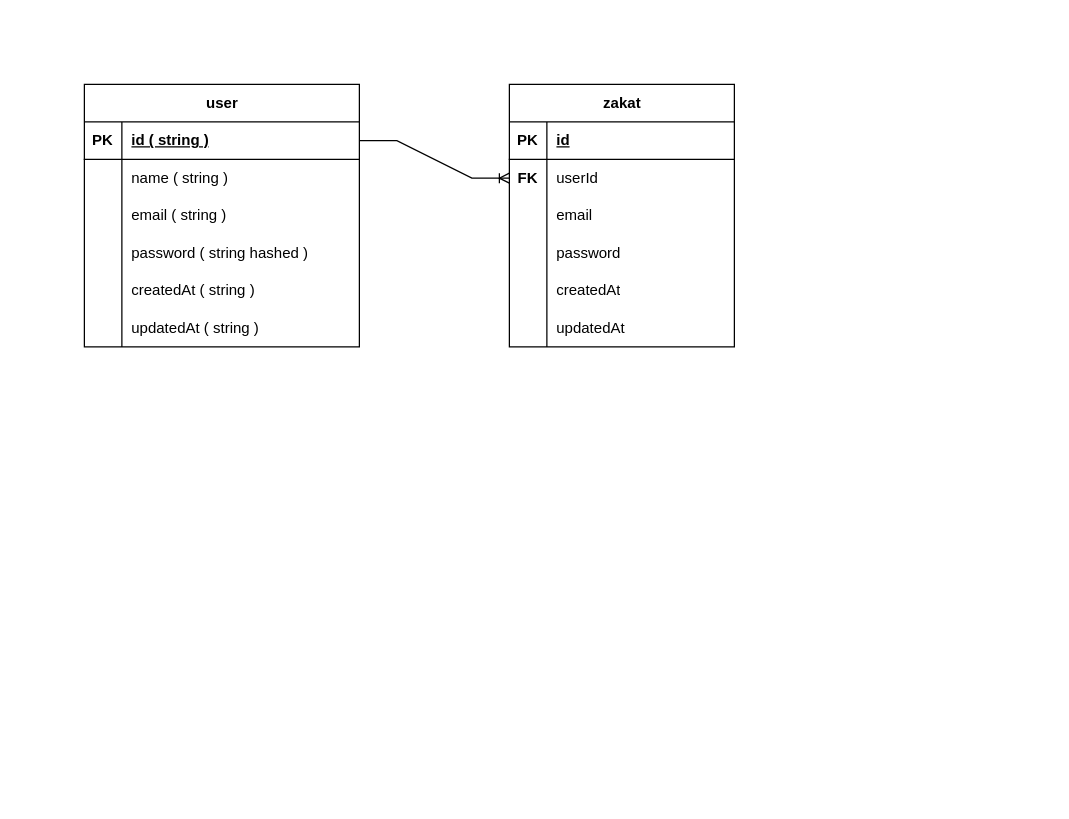
This is page "Page-1" (1 of 2) of zariah-server-diagram.drawio from taiyebnirjhar/zariah-server, a draw.io file, before an edit. Source tidied: cells renumbered, new cells numbered last; positions are measured from the earlier drawing's top-left corner, leaving out a move shared by most shapes. Both pictures are drawn from the tidied source at 125%, with x=0, y=0 at pixel (84, 84).
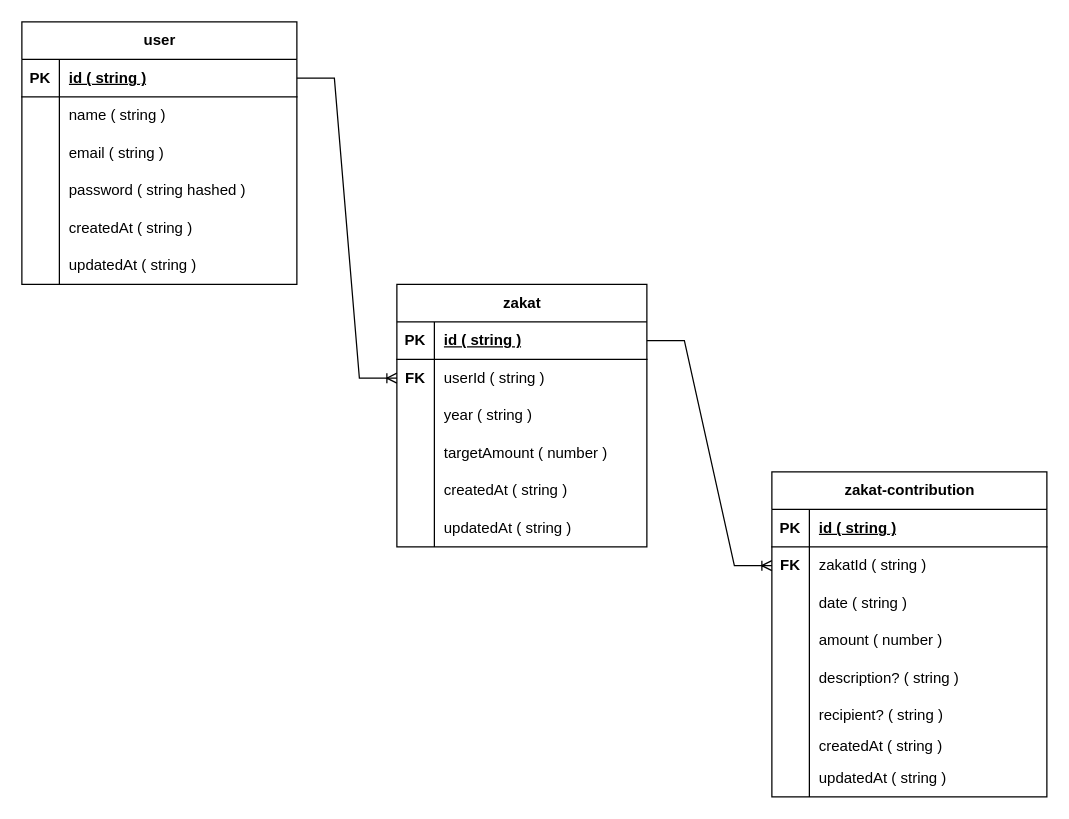
The same diagram, later.

The edit, as a diff of the source:
```diff
@@
     <mxCell id="2" value="user" style="shape=table;startSize=30;childLayout=tableLayout;rowLines=0;fontStyle=1;align=center;html=1;" parent="1" vertex="1">
-      <mxGeometry width="220" height="210" as="geometry" />
+      <mxGeometry x="-50" y="-50" width="220" height="210" as="geometry" />
     </mxCell>
@@
     <mxCell id="21" value="zakat" style="shape=table;startSize=30;childLayout=tableLayout;rowLines=0;fontStyle=1;align=center;html=1;" parent="1" vertex="1">
-      <mxGeometry x="340" width="180" height="210" as="geometry" />
+      <mxGeometry x="250" y="160" width="200" height="210" as="geometry" />
     </mxCell>
     <mxCell id="22" style="shape=tableRow;horizontal=0;startSize=0;swimlaneHead=0;swimlaneBody=0;fillColor=none;points=[[0,0.5],[1,0.5]];portConstraint=eastwest;top=0;left=0;right=0;bottom=1;" parent="21" vertex="1">
-      <mxGeometry y="30" width="180" height="30" as="geometry" />
+      <mxGeometry y="30" width="200" height="30" as="geometry" />
     </mxCell>
@@
-    <mxCell id="24" value="id" style="shape=partialRectangle;fillColor=none;top=0;left=0;bottom=0;right=0;align=left;spacingLeft=6;fontStyle=5;overflow=hidden;whiteSpace=wrap;html=1;" parent="22" vertex="1">
-      <mxGeometry x="30" width="150" height="30" as="geometry" />
+    <mxCell id="24" value="id ( string )" style="shape=partialRectangle;fillColor=none;top=0;left=0;bottom=0;right=0;align=left;spacingLeft=6;fontStyle=5;overflow=hidden;whiteSpace=wrap;html=1;" parent="22" vertex="1">
+      <mxGeometry x="30" width="170" height="30" as="geometry" />
     </mxCell>
     <mxCell id="25" style="shape=tableRow;horizontal=0;startSize=0;swimlaneHead=0;swimlaneBody=0;fillColor=none;points=[[0,0.5],[1,0.5]];portConstraint=eastwest;top=0;left=0;right=0;bottom=0;" parent="21" vertex="1">
-      <mxGeometry y="60" width="180" height="30" as="geometry" />
+      <mxGeometry y="60" width="200" height="30" as="geometry" />
     </mxCell>
@@
-    <mxCell id="27" value="userId" style="shape=partialRectangle;fillColor=none;top=0;left=0;bottom=0;right=0;align=left;spacingLeft=6;overflow=hidden;whiteSpace=wrap;html=1;" parent="25" vertex="1">
-      <mxGeometry x="30" width="150" height="30" as="geometry" />
+    <mxCell id="27" value="userId ( string )" style="shape=partialRectangle;fillColor=none;top=0;left=0;bottom=0;right=0;align=left;spacingLeft=6;overflow=hidden;whiteSpace=wrap;html=1;" parent="25" vertex="1">
+      <mxGeometry x="30" width="170" height="30" as="geometry" />
     </mxCell>
     <mxCell id="28" style="shape=tableRow;horizontal=0;startSize=0;swimlaneHead=0;swimlaneBody=0;fillColor=none;top=0;left=0;right=0;bottom=0;" parent="21" vertex="1">
-      <mxGeometry y="90" width="180" height="30" as="geometry" />
+      <mxGeometry y="90" width="200" height="30" as="geometry" />
     </mxCell>
@@
-    <mxCell id="30" value="email" style="shape=partialRectangle;fillColor=none;top=0;left=0;bottom=0;right=0;align=left;spacingLeft=6;overflow=hidden;whiteSpace=wrap;html=1;" parent="28" vertex="1">
-      <mxGeometry x="30" width="150" height="30" as="geometry" />
+    <mxCell id="30" value="year ( string )" style="shape=partialRectangle;fillColor=none;top=0;left=0;bottom=0;right=0;align=left;spacingLeft=6;overflow=hidden;whiteSpace=wrap;html=1;" parent="28" vertex="1">
+      <mxGeometry x="30" width="170" height="30" as="geometry" />
     </mxCell>
     <mxCell id="31" style="shape=tableRow;horizontal=0;startSize=0;swimlaneHead=0;swimlaneBody=0;fillColor=none;top=0;left=0;right=0;bottom=0;" parent="21" vertex="1">
-      <mxGeometry y="120" width="180" height="30" as="geometry" />
+      <mxGeometry y="120" width="200" height="30" as="geometry" />
     </mxCell>
@@
-    <mxCell id="33" value="password" style="shape=partialRectangle;fillColor=none;top=0;left=0;bottom=0;right=0;align=left;spacingLeft=6;overflow=hidden;whiteSpace=wrap;html=1;" parent="31" vertex="1">
-      <mxGeometry x="30" width="150" height="30" as="geometry" />
+    <mxCell id="33" value="targetAmount ( number )" style="shape=partialRectangle;fillColor=none;top=0;left=0;bottom=0;right=0;align=left;spacingLeft=6;overflow=hidden;whiteSpace=wrap;html=1;" parent="31" vertex="1">
+      <mxGeometry x="30" width="170" height="30" as="geometry" />
     </mxCell>
     <mxCell id="34" style="shape=tableRow;horizontal=0;startSize=0;swimlaneHead=0;swimlaneBody=0;fillColor=none;top=0;left=0;right=0;bottom=0;" parent="21" vertex="1">
-      <mxGeometry y="150" width="180" height="30" as="geometry" />
+      <mxGeometry y="150" width="200" height="30" as="geometry" />
     </mxCell>
@@
-    <mxCell id="36" value="createdAt" style="shape=partialRectangle;fillColor=none;top=0;left=0;bottom=0;right=0;align=left;spacingLeft=6;overflow=hidden;whiteSpace=wrap;html=1;" parent="34" vertex="1">
-      <mxGeometry x="30" width="150" height="30" as="geometry" />
+    <mxCell id="36" value="createdAt ( string )" style="shape=partialRectangle;fillColor=none;top=0;left=0;bottom=0;right=0;align=left;spacingLeft=6;overflow=hidden;whiteSpace=wrap;html=1;" parent="34" vertex="1">
+      <mxGeometry x="30" width="170" height="30" as="geometry" />
     </mxCell>
     <mxCell id="37" style="shape=tableRow;horizontal=0;startSize=0;swimlaneHead=0;swimlaneBody=0;fillColor=none;top=0;left=0;right=0;bottom=0;" parent="21" vertex="1">
-      <mxGeometry y="180" width="180" height="30" as="geometry" />
+      <mxGeometry y="180" width="200" height="30" as="geometry" />
     </mxCell>
@@
-    <mxCell id="39" value="updatedAt" style="shape=partialRectangle;fillColor=none;top=0;left=0;bottom=0;right=0;align=left;spacingLeft=6;overflow=hidden;whiteSpace=wrap;html=1;" parent="37" vertex="1">
-      <mxGeometry x="30" width="150" height="30" as="geometry" />
+    <mxCell id="39" value="updatedAt ( string )" style="shape=partialRectangle;fillColor=none;top=0;left=0;bottom=0;right=0;align=left;spacingLeft=6;overflow=hidden;whiteSpace=wrap;html=1;" parent="37" vertex="1">
+      <mxGeometry x="30" width="170" height="30" as="geometry" />
     </mxCell>
@@
+    <mxCell id="41" value="zakat-contribution" style="shape=table;startSize=30;childLayout=tableLayout;rowLines=0;fontStyle=1;align=center;html=1;" parent="1" vertex="1">
+      <mxGeometry x="550" y="310" width="220" height="260" as="geometry" />
+    </mxCell>
+    <mxCell id="42" style="shape=tableRow;horizontal=0;startSize=0;swimlaneHead=0;swimlaneBody=0;fillColor=none;top=0;left=0;right=0;bottom=1;" parent="41" vertex="1">
+      <mxGeometry y="30" width="220" height="30" as="geometry" />
+    </mxCell>
+    <mxCell id="43" value="PK" style="shape=partialRectangle;fillColor=none;top=0;left=0;bottom=0;right=0;fontStyle=1;overflow=hidden;whiteSpace=wrap;html=1;" parent="42" vertex="1">
+      <mxGeometry width="30" height="30" as="geometry" />
+    </mxCell>
+    <mxCell id="44" value="id ( string )" style="shape=partialRectangle;fillColor=none;top=0;left=0;bottom=0;right=0;align=left;spacingLeft=6;fontStyle=5;overflow=hidden;whiteSpace=wrap;html=1;" parent="42" vertex="1">
+      <mxGeometry x="30" width="190" height="30" as="geometry" />
+    </mxCell>
+    <mxCell id="45" style="shape=tableRow;horizontal=0;startSize=0;swimlaneHead=0;swimlaneBody=0;fillColor=none;points=[[0,0.5],[1,0.5]];portConstraint=eastwest;top=0;left=0;right=0;bottom=0;" parent="41" vertex="1">
+      <mxGeometry y="60" width="220" height="30" as="geometry" />
+    </mxCell>
+    <mxCell id="46" value="&lt;b&gt;FK&lt;/b&gt;" style="shape=partialRectangle;fillColor=none;top=0;left=0;bottom=0;right=0;overflow=hidden;whiteSpace=wrap;html=1;" parent="45" vertex="1">
+      <mxGeometry width="30" height="30" as="geometry" />
+    </mxCell>
+    <mxCell id="47" value="zakatId&amp;nbsp;( string )" style="shape=partialRectangle;fillColor=none;top=0;left=0;bottom=0;right=0;align=left;spacingLeft=6;overflow=hidden;whiteSpace=wrap;html=1;" parent="45" vertex="1">
+      <mxGeometry x="30" width="190" height="30" as="geometry" />
+    </mxCell>
+    <mxCell id="48" style="shape=tableRow;horizontal=0;startSize=0;swimlaneHead=0;swimlaneBody=0;fillColor=none;top=0;left=0;right=0;bottom=0;" parent="41" vertex="1">
+      <mxGeometry y="90" width="220" height="30" as="geometry" />
+    </mxCell>
+    <mxCell id="49" style="shape=partialRectangle;fillColor=none;top=0;left=0;bottom=0;right=0;overflow=hidden;whiteSpace=wrap;html=1;" parent="48" vertex="1">
+      <mxGeometry width="30" height="30" as="geometry" />
+    </mxCell>
+    <mxCell id="50" value="date ( string )" style="shape=partialRectangle;fillColor=none;top=0;left=0;bottom=0;right=0;align=left;spacingLeft=6;overflow=hidden;whiteSpace=wrap;html=1;" parent="48" vertex="1">
+      <mxGeometry x="30" width="190" height="30" as="geometry" />
+    </mxCell>
+    <mxCell id="51" style="shape=tableRow;horizontal=0;startSize=0;swimlaneHead=0;swimlaneBody=0;fillColor=none;top=0;left=0;right=0;bottom=0;" parent="41" vertex="1">
+      <mxGeometry y="120" width="220" height="30" as="geometry" />
+    </mxCell>
+    <mxCell id="52" style="shape=partialRectangle;fillColor=none;top=0;left=0;bottom=0;right=0;overflow=hidden;whiteSpace=wrap;html=1;" parent="51" vertex="1">
+      <mxGeometry width="30" height="30" as="geometry" />
+    </mxCell>
+    <mxCell id="53" value="amount&amp;nbsp;( number )" style="shape=partialRectangle;fillColor=none;top=0;left=0;bottom=0;right=0;align=left;spacingLeft=6;overflow=hidden;whiteSpace=wrap;html=1;" parent="51" vertex="1">
+      <mxGeometry x="30" width="190" height="30" as="geometry" />
+    </mxCell>
+    <mxCell id="54" style="shape=tableRow;horizontal=0;startSize=0;swimlaneHead=0;swimlaneBody=0;fillColor=none;top=0;left=0;right=0;bottom=0;" parent="41" vertex="1">
+      <mxGeometry y="150" width="220" height="30" as="geometry" />
+    </mxCell>
+    <mxCell id="55" style="shape=partialRectangle;fillColor=none;top=0;left=0;bottom=0;right=0;overflow=hidden;whiteSpace=wrap;html=1;" parent="54" vertex="1">
+      <mxGeometry width="30" height="30" as="geometry" />
+    </mxCell>
+    <mxCell id="56" value="description? ( string&amp;nbsp;)" style="shape=partialRectangle;fillColor=none;top=0;left=0;bottom=0;right=0;align=left;spacingLeft=6;overflow=hidden;whiteSpace=wrap;html=1;" parent="54" vertex="1">
+      <mxGeometry x="30" width="190" height="30" as="geometry" />
+    </mxCell>
+    <mxCell id="57" style="shape=tableRow;horizontal=0;startSize=0;swimlaneHead=0;swimlaneBody=0;fillColor=none;top=0;left=0;right=0;bottom=0;" parent="41" vertex="1">
+      <mxGeometry y="180" width="220" height="30" as="geometry" />
+    </mxCell>
+    <mxCell id="58" style="shape=partialRectangle;fillColor=none;top=0;left=0;bottom=0;right=0;overflow=hidden;whiteSpace=wrap;html=1;" parent="57" vertex="1">
+      <mxGeometry width="30" height="30" as="geometry" />
+    </mxCell>
+    <mxCell id="59" value="recipient? ( string&amp;nbsp;)" style="shape=partialRectangle;fillColor=none;top=0;left=0;bottom=0;right=0;align=left;spacingLeft=6;overflow=hidden;whiteSpace=wrap;html=1;" parent="57" vertex="1">
+      <mxGeometry x="30" width="190" height="30" as="geometry" />
+    </mxCell>
+    <mxCell id="60" style="shape=tableRow;horizontal=0;startSize=0;swimlaneHead=0;swimlaneBody=0;fillColor=none;top=0;left=0;right=0;bottom=0;" parent="41" vertex="1">
+      <mxGeometry y="210" width="220" height="20" as="geometry" />
+    </mxCell>
+    <mxCell id="61" style="shape=partialRectangle;fillColor=none;top=0;left=0;bottom=0;right=0;overflow=hidden;whiteSpace=wrap;html=1;" parent="60" vertex="1">
+      <mxGeometry width="30" height="20" as="geometry" />
+    </mxCell>
+    <mxCell id="62" value="createdAt ( string )" style="shape=partialRectangle;fillColor=none;top=0;left=0;bottom=0;right=0;align=left;spacingLeft=6;overflow=hidden;whiteSpace=wrap;html=1;" parent="60" vertex="1">
+      <mxGeometry x="30" width="190" height="20" as="geometry" />
+    </mxCell>
+    <mxCell id="63" style="shape=tableRow;horizontal=0;startSize=0;swimlaneHead=0;swimlaneBody=0;fillColor=none;top=0;left=0;right=0;bottom=0;" parent="41" vertex="1">
+      <mxGeometry y="230" width="220" height="30" as="geometry" />
+    </mxCell>
+    <mxCell id="64" style="shape=partialRectangle;fillColor=none;top=0;left=0;bottom=0;right=0;overflow=hidden;whiteSpace=wrap;html=1;" parent="63" vertex="1">
+      <mxGeometry width="30" height="30" as="geometry" />
+    </mxCell>
+    <mxCell id="65" value="updatedAt ( string )" style="shape=partialRectangle;fillColor=none;top=0;left=0;bottom=0;right=0;align=left;spacingLeft=6;overflow=hidden;whiteSpace=wrap;html=1;" parent="63" vertex="1">
+      <mxGeometry x="30" width="190" height="30" as="geometry" />
+    </mxCell>
+    <mxCell id="66" style="edgeStyle=entityRelationEdgeStyle;fontSize=12;html=1;endArrow=ERoneToMany;rounded=0;entryX=0;entryY=0.5;entryDx=0;entryDy=0;" parent="1" edge="1" source="22" target="45">
+      <mxGeometry relative="1" as="geometry" />
+    </mxCell>
```
